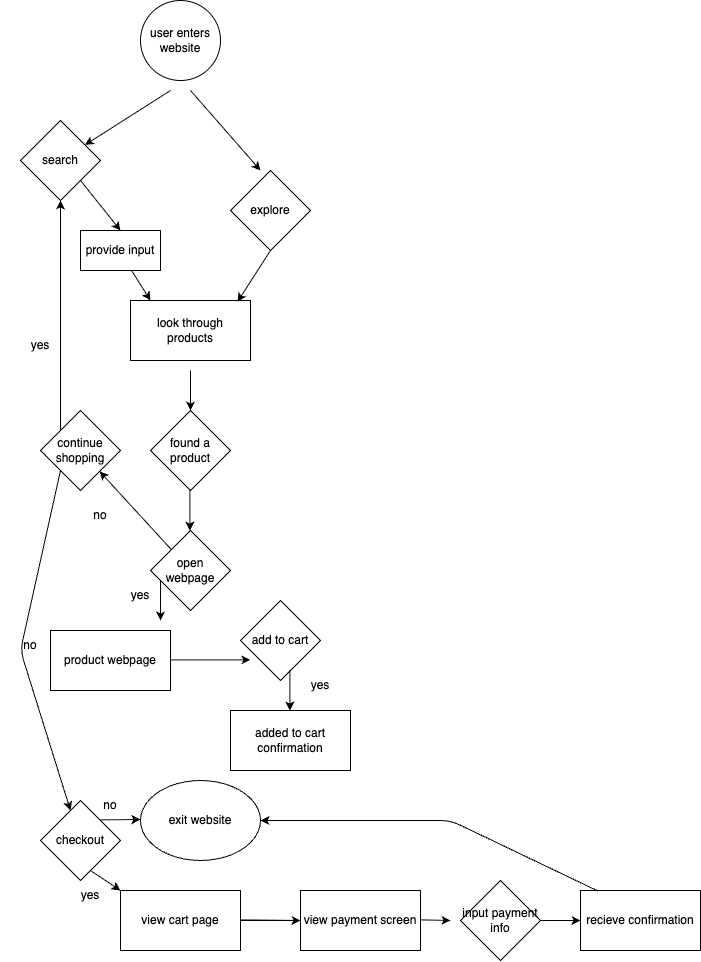
The draw.io diagram explore/diagramming/diagram.drawio.png in shazibid/sp26-cse110-lab4, before a commit. Source tidied: cells renumbered, new cells last; positions are measured from the earlier drawing's top-left corner, leaving out a move shared by most shapes.
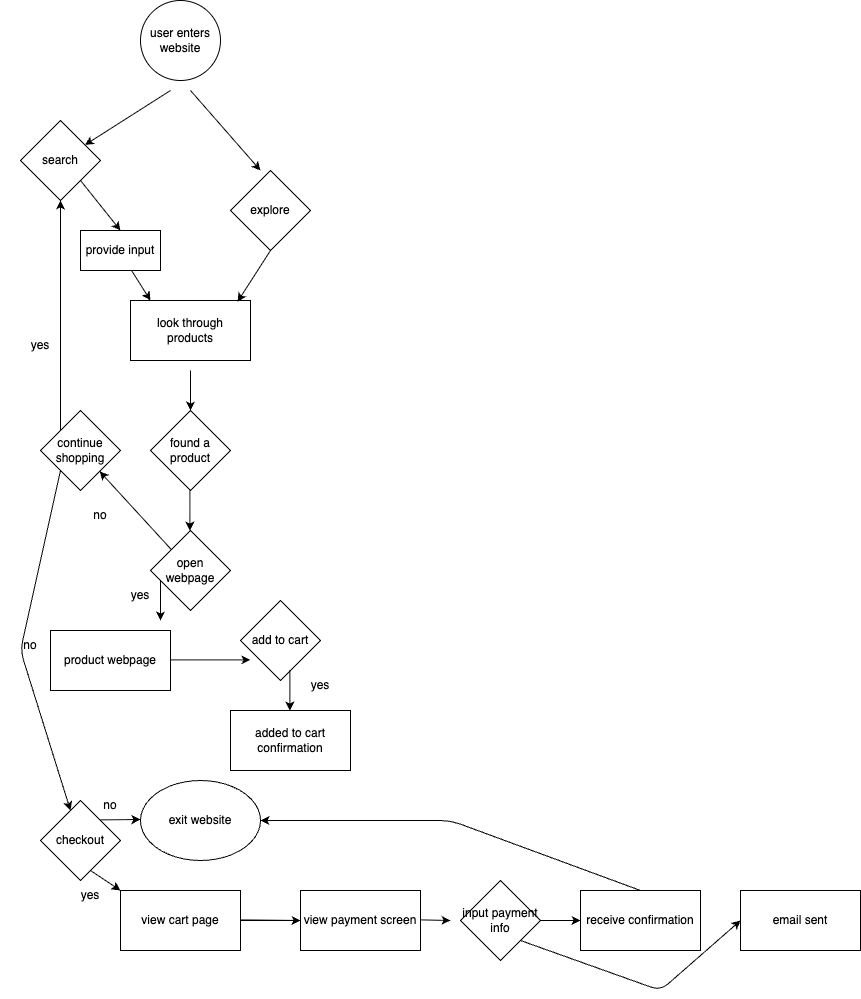
Above is the later version.

What changed in the source:
```diff
@@ -140,7 +140,7 @@
     <mxCell id="36" value="view payment screen" style="whiteSpace=wrap;html=1;" parent="1" vertex="1">
       <mxGeometry x="300" y="890" width="120" height="60" as="geometry" />
     </mxCell>
-    <mxCell id="37" value="recieve confirmation" style="whiteSpace=wrap;html=1;" parent="1" vertex="1">
+    <mxCell id="37" value="receive confirmation" style="whiteSpace=wrap;html=1;" parent="1" vertex="1">
       <mxGeometry x="580" y="890" width="120" height="60" as="geometry" />
     </mxCell>
     <mxCell id="38" value="input payment info" style="rhombus;whiteSpace=wrap;html=1;" parent="1" vertex="1">
@@ -171,7 +171,7 @@
     <mxCell id="43" value="yes" style="text;strokeColor=none;align=center;fillColor=none;html=1;verticalAlign=middle;whiteSpace=wrap;rounded=0;" parent="1" vertex="1">
       <mxGeometry x="60" y="880" width="60" height="30" as="geometry" />
     </mxCell>
-    <mxCell id="44" style="edgeStyle=none;jettySize=auto;html=1;entryX=1;entryY=0.5;entryDx=0;entryDy=0;exitX=0.146;exitY=0.009;exitDx=0;exitDy=0;exitPerimeter=0;" parent="1" edge="1" source="37">
+    <mxCell id="44" style="edgeStyle=none;jettySize=auto;html=1;entryX=1;entryY=0.5;entryDx=0;entryDy=0;exitX=0.5;exitY=0;exitDx=0;exitDy=0;" parent="1" edge="1" source="37">
       <mxGeometry relative="1" as="geometry">
         <mxPoint x="260" y="820" as="targetPoint" />
         <Array as="points">
@@ -182,5 +182,16 @@
     <mxCell id="45" value="exit website" style="ellipse;whiteSpace=wrap;html=1;" parent="1" vertex="1">
       <mxGeometry x="140" y="780" width="120" height="80" as="geometry" />
     </mxCell>
+    <mxCell id="46" value="email sent" style="whiteSpace=wrap;html=1;" parent="1" vertex="1">
+      <mxGeometry x="740" y="890" width="120" height="60" as="geometry" />
+    </mxCell>
+    <mxCell id="47" style="edgeStyle=none;jettySize=auto;html=1;exitX=1;exitY=1;exitDx=0;exitDy=0;" parent="1" edge="1" source="38">
+      <mxGeometry relative="1" as="geometry">
+        <mxPoint x="740" y="920" as="targetPoint" />
+        <Array as="points">
+          <mxPoint x="660" y="990" />
+        </Array>
+      </mxGeometry>
+    </mxCell>
   </root>
 </mxGraphModel>
```
